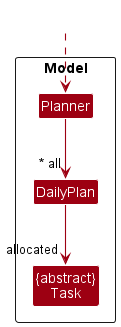
This is docs/images/ModelClassDiagram3.png from nus-cs2103-AY2223S2/tp, a PlantUML export, as it was before one commit.
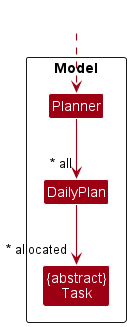
The same diagram one commit later.

Commit message:
change diagrams and add tag error in enhancements

What changed in the source:
```diff
@@ -20,7 +20,7 @@
 HiddenOutside ..> Planner
 
 Planner --> "~* all" DailyPlan
-DailyPlan --> "allocated" Task
+DailyPlan --> "~* allocated" Task
 
 
 @enduml
```
